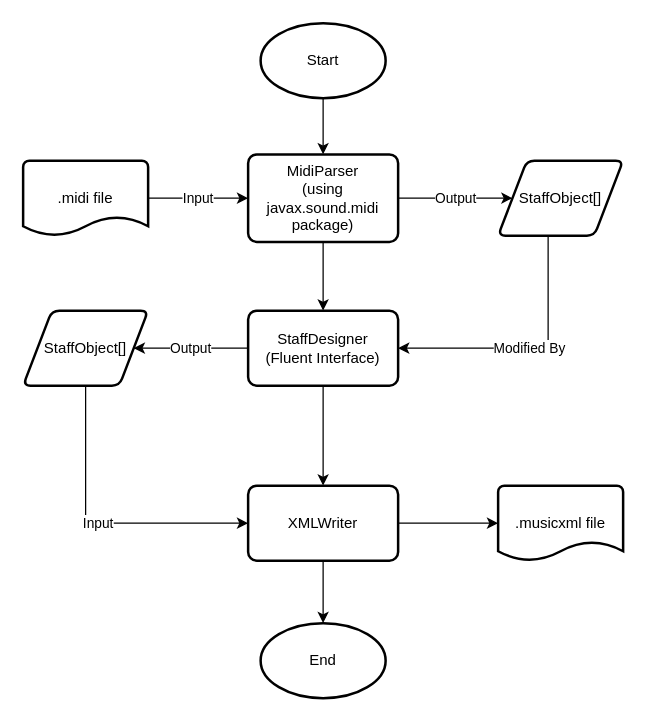
The draw.io diagram docs/flowcharts/1 overview.drawio in Bingergie/midi2musicxml, before the edit. Source tidied: cells renumbered, new cells numbered last; positions are measured from the earlier drawing's top-left corner, leaving out a move shared by most shapes. Both pictures are drawn from the tidied source at 125%, with x=0, y=0 at pixel (22, 22).
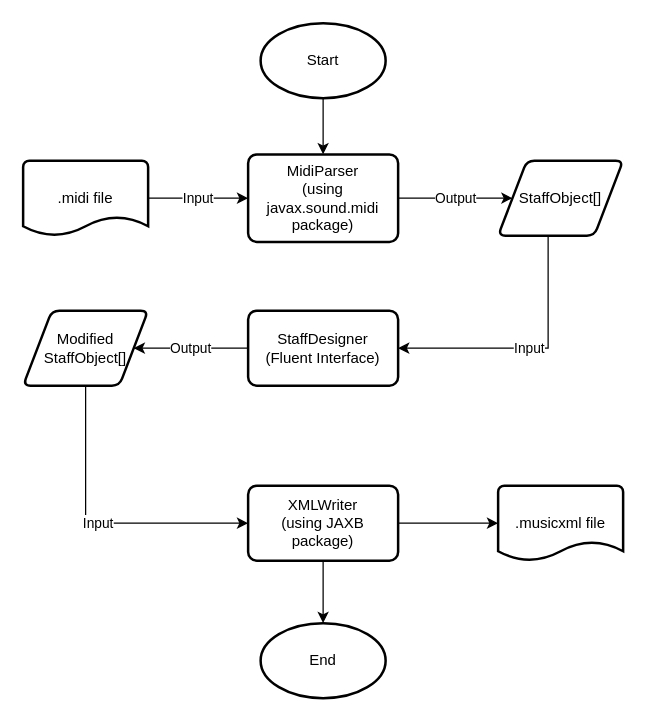
The same diagram, later.

Unchanged cells that the change refers to:
```xml
<mxCell id="3" value="StaffObject[]" style="shape=parallelogram;html=1;strokeWidth=2;perimeter=parallelogramPerimeter;whiteSpace=wrap;rounded=1;arcSize=12;size=0.23;" parent="1" vertex="1">
  <mxGeometry x="380" y="110" width="100" height="60" as="geometry" />
</mxCell>
<mxCell id="10" value="MidiParser&lt;div&gt;(using javax.sound.midi package)&lt;/div&gt;" style="rounded=1;whiteSpace=wrap;html=1;absoluteArcSize=1;arcSize=14;strokeWidth=2;" parent="1" vertex="1">
  <mxGeometry x="180" y="105" width="120" height="70" as="geometry" />
</mxCell>
<mxCell id="13" value="StaffDesigner&lt;div&gt;(Fluent Interface)&lt;/div&gt;" style="whiteSpace=wrap;html=1;rounded=1;absoluteArcSize=1;arcSize=14;strokeWidth=2;" parent="1" vertex="1">
  <mxGeometry x="180" y="230" width="120" height="60" as="geometry" />
</mxCell>
```

Change to the diagram source:
```diff
@@
-    <mxCell id="2" value="Modified By" style="edgeStyle=orthogonalEdgeStyle;rounded=0;jettySize=auto;html=1;entryX=1;entryY=0.5;entryDx=0;entryDy=0;" parent="1" edge="1" source="3" target="13">
+    <mxCell id="2" value="Input" style="edgeStyle=orthogonalEdgeStyle;rounded=0;jettySize=auto;html=1;entryX=1;entryY=0.5;entryDx=0;entryDy=0;" parent="1" edge="1" source="3" target="13">
       <mxGeometry relative="1" as="geometry">
         <Array as="points">
           <mxPoint x="420" y="260" />
         </Array>
       </mxGeometry>
     </mxCell>
@@
-    <mxCell id="9" style="edgeStyle=orthogonalEdgeStyle;rounded=0;jettySize=auto;html=1;" parent="1" edge="1" source="10" target="13">
-      <mxGeometry relative="1" as="geometry" />
-    </mxCell>
@@
-    <mxCell id="11" style="edgeStyle=orthogonalEdgeStyle;rounded=0;jettySize=auto;html=1;" parent="1" edge="1" source="13" target="16">
-      <mxGeometry relative="1" as="geometry" />
-    </mxCell>
@@
-    <mxCell id="16" value="XMLWriter" style="whiteSpace=wrap;html=1;rounded=1;absoluteArcSize=1;arcSize=14;strokeWidth=2;" parent="1" vertex="1">
+    <mxCell id="16" value="XMLWriter&lt;div&gt;(using JAXB package)&lt;/div&gt;" style="whiteSpace=wrap;html=1;rounded=1;absoluteArcSize=1;arcSize=14;strokeWidth=2;" parent="1" vertex="1">
       <mxGeometry x="180" y="370" width="120" height="60" as="geometry" />
     </mxCell>
@@
-    <mxCell id="18" value="StaffObject[]" style="shape=parallelogram;html=1;strokeWidth=2;perimeter=parallelogramPerimeter;whiteSpace=wrap;rounded=1;arcSize=12;size=0.23;" parent="1" vertex="1">
+    <mxCell id="18" value="Modified&lt;div&gt;StaffObject[]&lt;/div&gt;" style="shape=parallelogram;html=1;strokeWidth=2;perimeter=parallelogramPerimeter;whiteSpace=wrap;rounded=1;arcSize=12;size=0.23;" parent="1" vertex="1">
       <mxGeometry y="230" width="100" height="60" as="geometry" />
     </mxCell>
```
